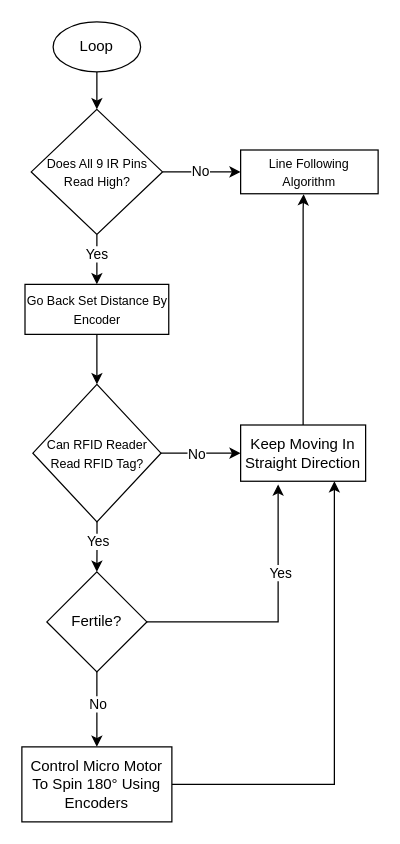
Earlier version of the draw.io diagram Flowcharts/planting.drawio (YanPei420/Team-14-Robot-Challenge). Source tidied: cells renumbered, new cells numbered last; positions are measured from the earlier drawing's top-left corner, leaving out a move shared by most shapes. Both pictures are drawn from the tidied source at 125%, with x=0, y=0 at pixel (21, 21).
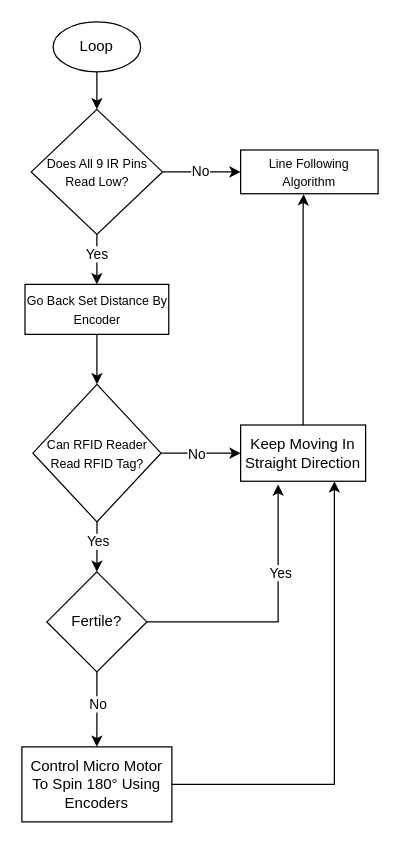
The same page after the edit.

Change to the diagram source:
```diff
@@
-    <mxCell id="8" value="&lt;font style=&quot;font-size: 10px;&quot;&gt;Does All 9 IR Pins Read High?&lt;/font&gt;" style="rhombus;whiteSpace=wrap;html=1;" parent="1" vertex="1">
+    <mxCell id="8" value="&lt;font style=&quot;font-size: 10px;&quot;&gt;Does All 9 IR Pins Read Low?&lt;/font&gt;" style="rhombus;whiteSpace=wrap;html=1;" parent="1" vertex="1">
       <mxGeometry x="7.5" y="70" width="105" height="100" as="geometry" />
     </mxCell>
```
